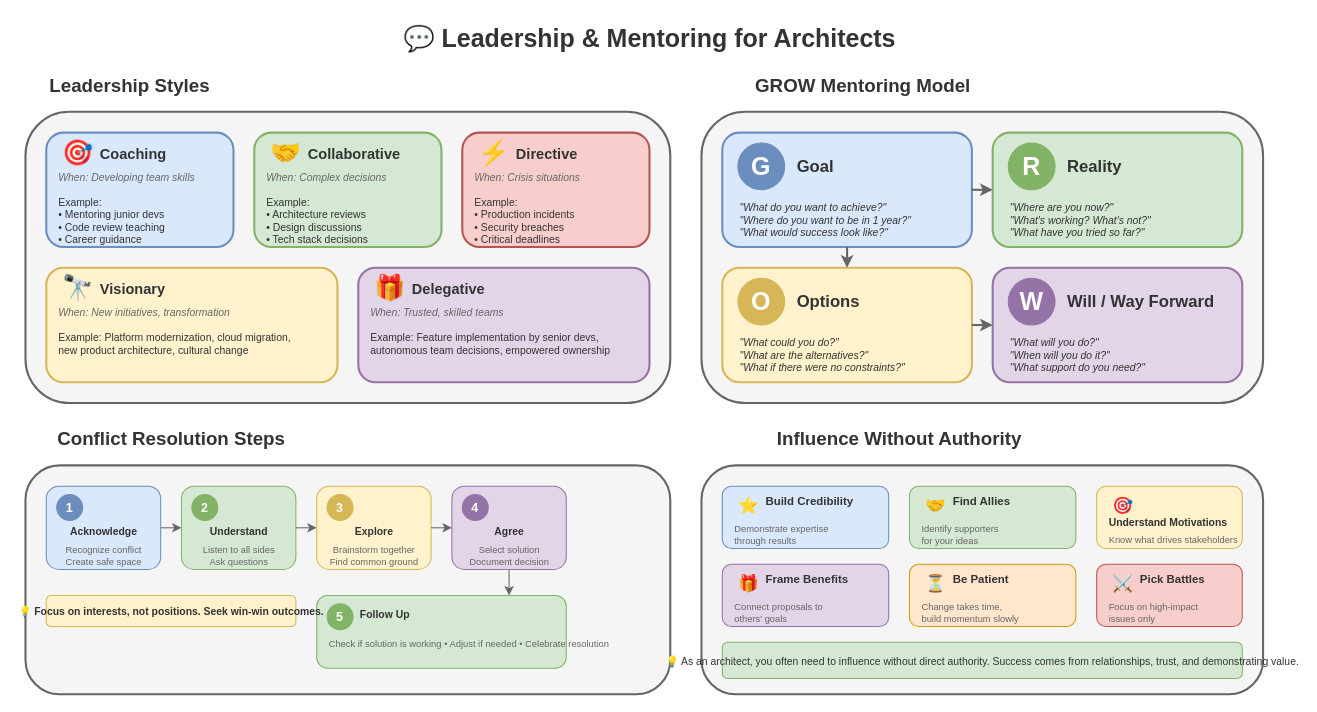
Above: lesson-10-soft-skills/diagrams/2.1-leadership-mentoring.drawio in MrParkerZ7/document-lesson-software-architect-x-claude (draw.io), before the change. Source tidied: cells renumbered, new cells numbered last; positions are measured from the earlier drawing's top-left corner, leaving out a move shared by most shapes. Both pictures are drawn from the tidied source at 104%, with x=0, y=0 at pixel (25, 18).
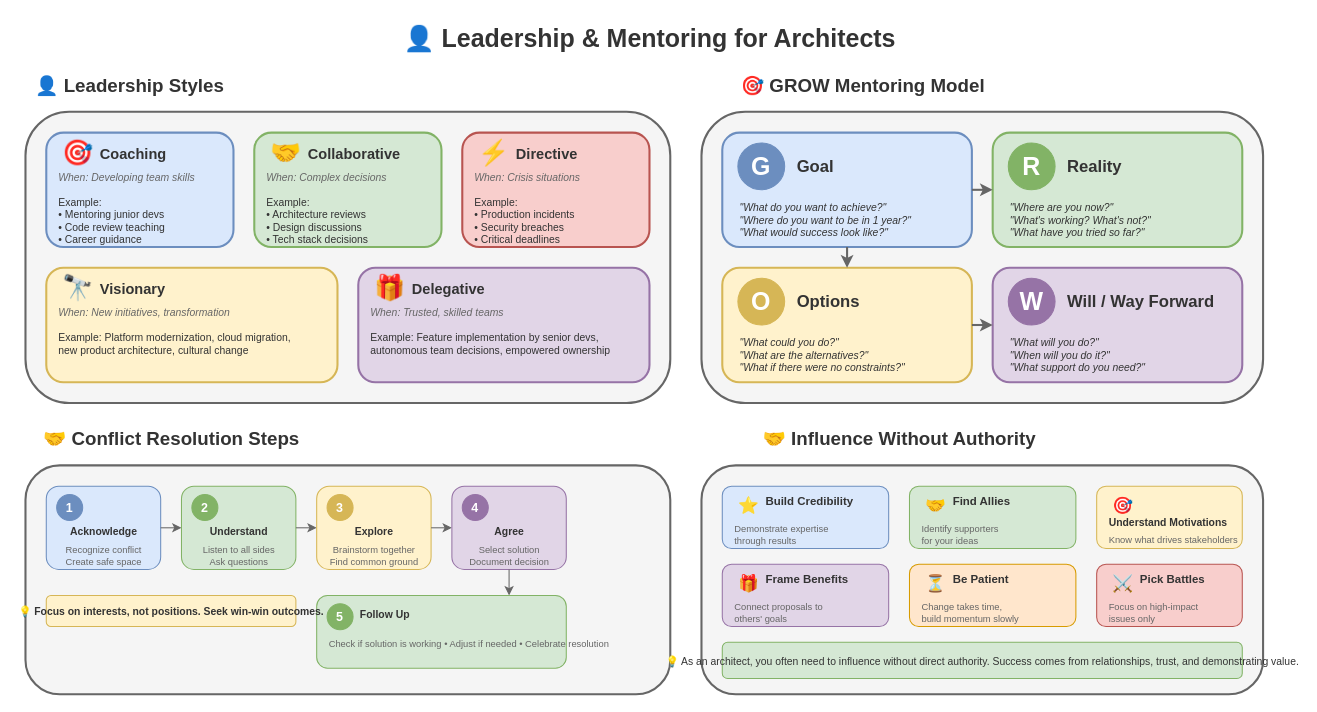
The same page after the edit.

The edit, as a diff of the source:
```diff
@@
-    <mxCell id="2" value="💬 Leadership &amp; Mentoring for Architects" style="text;html=1;strokeColor=none;fillColor=none;align=center;verticalAlign=middle;fontSize=24;fontStyle=1;fontColor=#333333;" parent="1" vertex="1">
+    <mxCell id="2" value="👤 Leadership &amp; Mentoring for Architects" style="text;html=1;strokeColor=none;fillColor=none;align=center;verticalAlign=middle;fontSize=24;fontStyle=1;fontColor=#333333;" parent="1" vertex="1">
       <mxGeometry x="300" width="600" height="40" as="geometry" />
     </mxCell>
-    <mxCell id="3" value="Leadership Styles" style="text;html=1;strokeColor=none;fillColor=none;align=center;verticalAlign=middle;fontSize=18;fontStyle=1;fontColor=#333333;" parent="1" vertex="1">
+    <mxCell id="3" value="👤 Leadership Styles" style="text;html=1;strokeColor=none;fillColor=none;align=center;verticalAlign=middle;fontSize=18;fontStyle=1;fontColor=#333333;" parent="1" vertex="1">
       <mxGeometry y="50" width="200" height="30" as="geometry" />
     </mxCell>
@@
-    <mxCell id="30" value="GROW Mentoring Model" style="text;html=1;strokeColor=none;fillColor=none;align=center;verticalAlign=middle;fontSize=18;fontStyle=1;fontColor=#333333;" parent="1" vertex="1">
+    <mxCell id="30" value="🎯 GROW Mentoring Model" style="text;html=1;strokeColor=none;fillColor=none;align=center;verticalAlign=middle;fontSize=18;fontStyle=1;fontColor=#333333;" parent="1" vertex="1">
       <mxGeometry x="680" y="50" width="250" height="30" as="geometry" />
     </mxCell>
@@
-    <mxCell id="51" value="Conflict Resolution Steps" style="text;html=1;strokeColor=none;fillColor=none;align=center;verticalAlign=middle;fontSize=18;fontStyle=1;fontColor=#333333;" parent="1" vertex="1">
+    <mxCell id="51" value="🤝 Conflict Resolution Steps" style="text;html=1;strokeColor=none;fillColor=none;align=center;verticalAlign=middle;fontSize=18;fontStyle=1;fontColor=#333333;" parent="1" vertex="1">
       <mxGeometry y="390" width="280" height="30" as="geometry" />
     </mxCell>
@@
-    <mxCell id="78" value="Influence Without Authority" style="text;html=1;strokeColor=none;fillColor=none;align=center;verticalAlign=middle;fontSize=18;fontStyle=1;fontColor=#333333;" parent="1" vertex="1">
+    <mxCell id="78" value="🤝 Influence Without Authority" style="text;html=1;strokeColor=none;fillColor=none;align=center;verticalAlign=middle;fontSize=18;fontStyle=1;fontColor=#333333;" parent="1" vertex="1">
       <mxGeometry x="700" y="390" width="280" height="30" as="geometry" />
     </mxCell>
```
